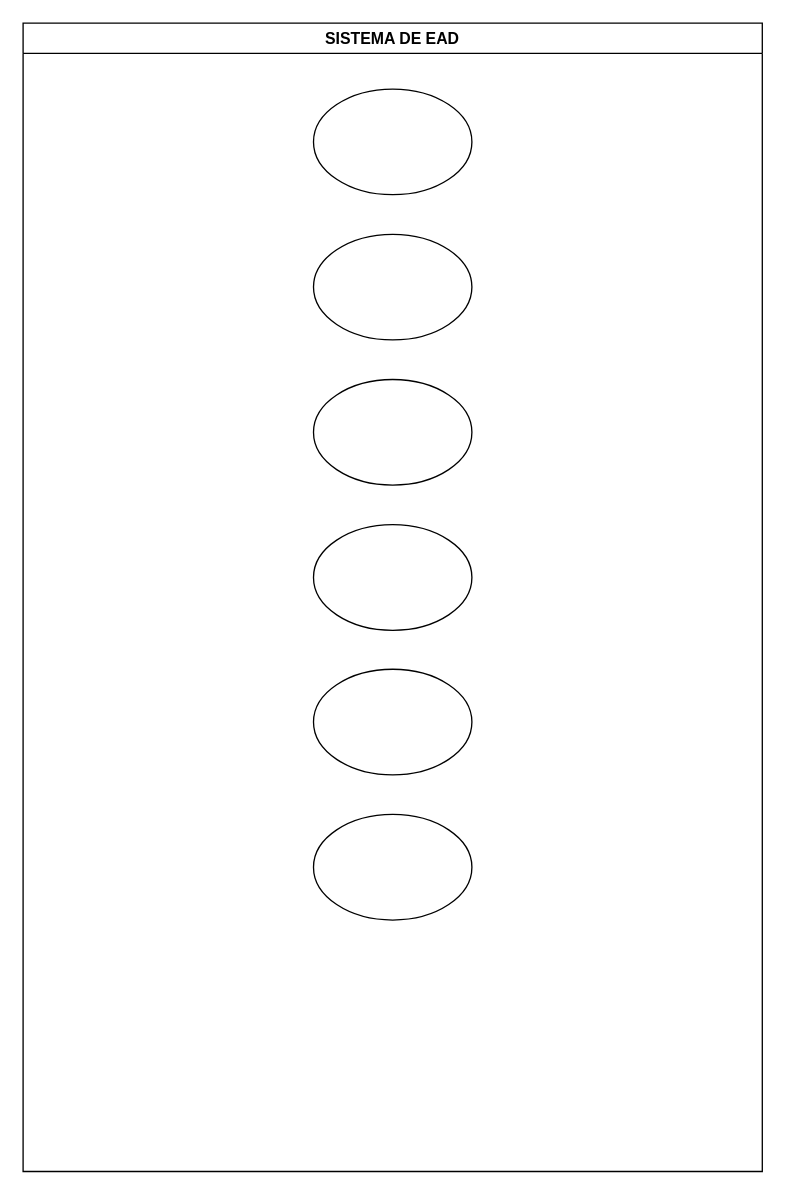
Earlier version of the draw.io diagram page "Página-4" (4 of 8) of Diagrama sem nome.drawio (AirlanDEV/diagramasderequisitos). Source tidied: cells renumbered, new cells numbered last; positions are measured from the earlier drawing's top-left corner, leaving out a move shared by most shapes. Both pictures are drawn from the tidied source at 132%, with x=0, y=0 at pixel (22, 22).
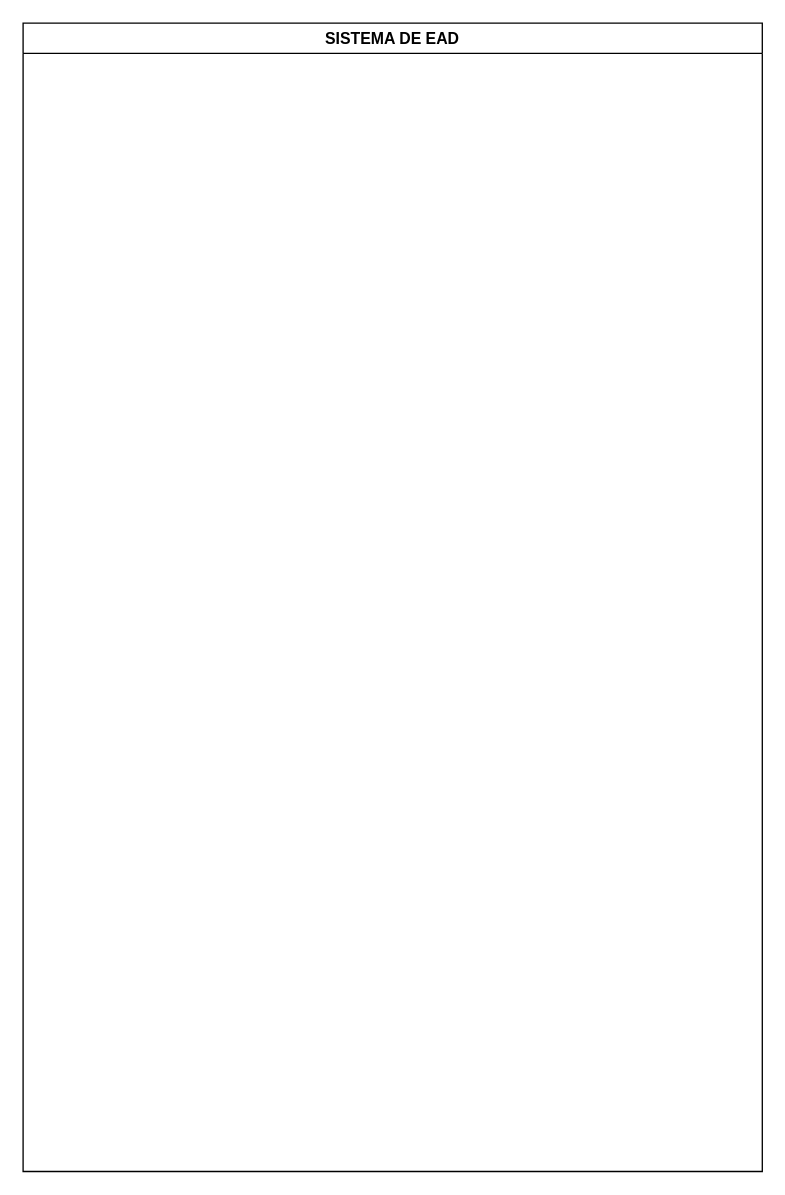
The same diagram, later.

Change to the diagram source:
```diff
@@
 <mxGraphModel>
   <root>
     <mxCell id="0" />
     <mxCell id="1" parent="0" />
     <mxCell id="2" value="SISTEMA DE EAD" style="swimlane;whiteSpace=wrap;html=1;" parent="1" vertex="1">
       <mxGeometry width="560" height="870" as="geometry" />
     </mxCell>
-    <mxCell id="3" style="ellipse;whiteSpace=wrap;html=1;" parent="2" vertex="1">
-      <mxGeometry x="220" y="50" width="120" height="80" as="geometry" />
-    </mxCell>
-    <mxCell id="4" style="ellipse;whiteSpace=wrap;html=1;" parent="2" vertex="1">
-      <mxGeometry x="220" y="160" width="120" height="80" as="geometry" />
-    </mxCell>
-    <mxCell id="5" style="ellipse;whiteSpace=wrap;html=1;" parent="2" vertex="1">
-      <mxGeometry x="220" y="270" width="120" height="80" as="geometry" />
-    </mxCell>
-    <mxCell id="6" style="ellipse;whiteSpace=wrap;html=1;" parent="2" vertex="1">
-      <mxGeometry x="220" y="380" width="120" height="80" as="geometry" />
-    </mxCell>
-    <mxCell id="7" style="ellipse;whiteSpace=wrap;html=1;" parent="2" vertex="1">
-      <mxGeometry x="220" y="489.5" width="120" height="80" as="geometry" />
-    </mxCell>
-    <mxCell id="8" style="ellipse;whiteSpace=wrap;html=1;" parent="2" vertex="1">
-      <mxGeometry x="220" y="599.5" width="120" height="80" as="geometry" />
-    </mxCell>
   </root>
 </mxGraphModel>
```
